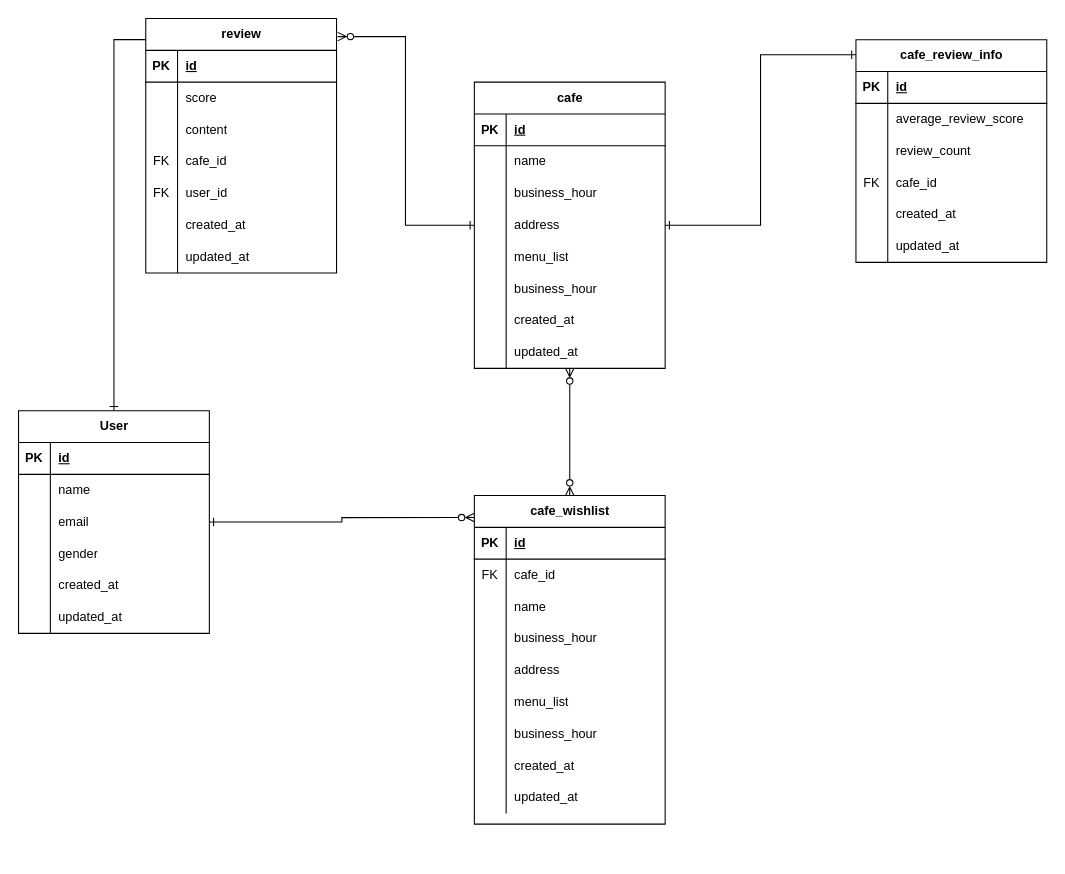
Before: Cafe.drawio in gyungyunni/DAP__, a draw.io diagram. Source tidied: cells renumbered, new cells numbered last; positions are measured from the earlier drawing's top-left corner, leaving out a move shared by most shapes. Both pictures are drawn from the tidied source at 106%, with x=0, y=0 at pixel (18, 18).
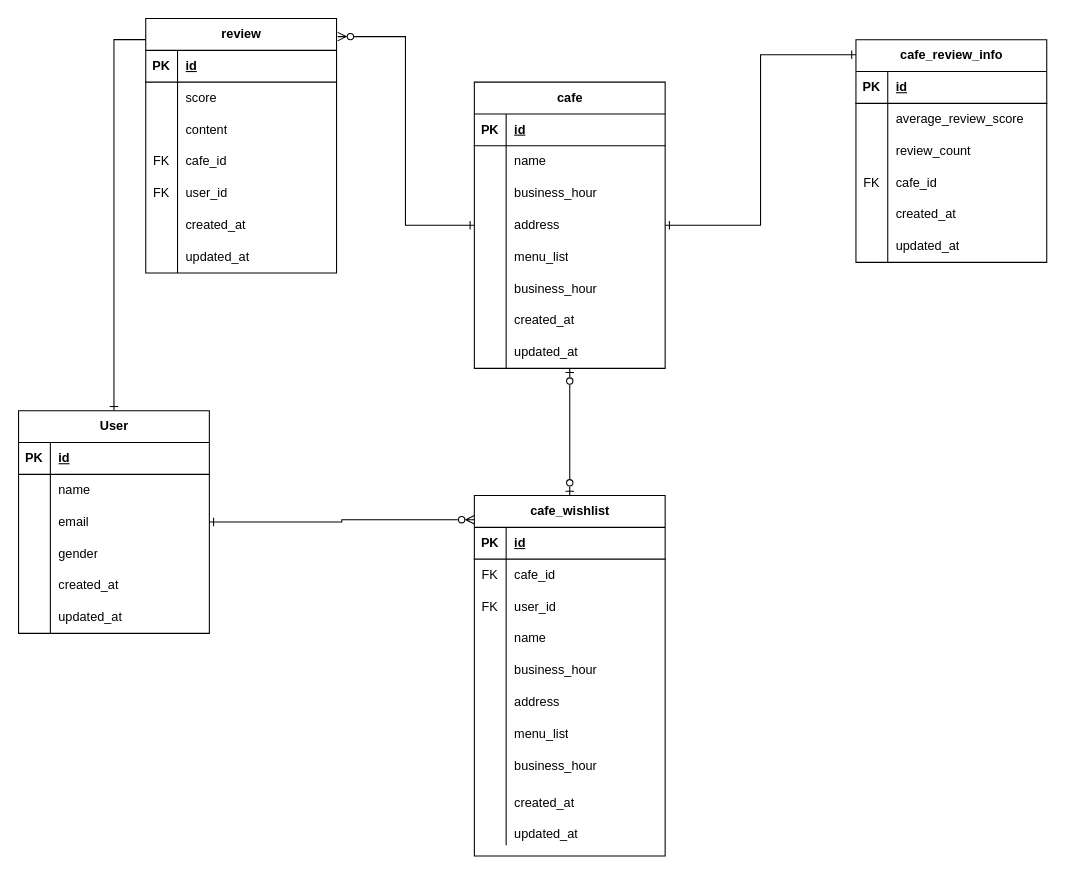
The same diagram, later.

The change refers to these unchanged cells:
```xml
<mxCell id="3" value="cafe" style="shape=table;startSize=30;childLayout=tableLayout;rowLines=0;fontStyle=1;align=center;html=1;" parent="1" vertex="1">
  <mxGeometry x="430" y="60" width="180" height="270" as="geometry" />
</mxCell>
<mxCell id="49" value="User" style="shape=table;startSize=30;childLayout=tableLayout;rowLines=0;fontStyle=1;align=center;html=1;" parent="1" vertex="1">
  <mxGeometry y="370" width="180" height="210" as="geometry" />
</mxCell>
<mxCell id="68" value="review" style="shape=table;startSize=30;childLayout=tableLayout;rowLines=0;fontStyle=1;align=center;html=1;" parent="1" vertex="1">
  <mxGeometry x="120" width="180" height="240" as="geometry" />
</mxCell>
```

Change to the diagram source:
```diff
@@
-    <mxCell id="47" style="edgeStyle=orthogonalEdgeStyle;rounded=0;jettySize=auto;html=1;entryX=0;entryY=0.083;entryDx=0;entryDy=0;entryPerimeter=0;startArrow=ERone;startFill=0;endArrow=ERoneToMany;endFill=0;" parent="1" edge="1" source="49" target="68">
+    <mxCell id="47" style="edgeStyle=orthogonalEdgeStyle;rounded=0;jettySize=auto;html=1;entryX=0;entryY=0.083;entryDx=0;entryDy=0;entryPerimeter=0;startArrow=ERone;startFill=0;endArrow=ERzeroToMany;endFill=0;" parent="1" edge="1" source="49" target="68">
       <mxGeometry relative="1" as="geometry" />
     </mxCell>
@@
-    <mxCell id="90" style="edgeStyle=orthogonalEdgeStyle;rounded=0;jettySize=auto;html=1;entryX=0.5;entryY=1;entryDx=0;entryDy=0;startArrow=ERzeroToMany;startFill=0;endArrow=ERzeroToMany;endFill=0;" parent="1" edge="1" source="91" target="3">
+    <mxCell id="90" style="edgeStyle=orthogonalEdgeStyle;rounded=0;jettySize=auto;html=1;entryX=0.5;entryY=1;entryDx=0;entryDy=0;startArrow=ERzeroToOne;startFill=0;endArrow=ERzeroToOne;endFill=0;" parent="1" edge="1" source="91" target="3">
       <mxGeometry relative="1" as="geometry" />
     </mxCell>
     <mxCell id="91" value="cafe_wishlist" style="shape=table;startSize=30;childLayout=tableLayout;rowLines=0;fontStyle=1;align=center;html=1;" parent="1" vertex="1">
-      <mxGeometry x="430" y="450" width="180" height="310" as="geometry" />
+      <mxGeometry x="430" y="450" width="180" height="340" as="geometry" />
     </mxCell>
@@
+    <mxCell id="120" style="shape=tableRow;horizontal=0;startSize=0;swimlaneHead=0;swimlaneBody=0;fillColor=none;top=0;left=0;right=0;bottom=0;" parent="91" vertex="1">
+      <mxGeometry y="90" width="180" height="30" as="geometry" />
+    </mxCell>
+    <mxCell id="121" value="FK" style="shape=partialRectangle;fillColor=none;top=0;left=0;bottom=0;right=0;overflow=hidden;whiteSpace=wrap;html=1;" parent="120" vertex="1">
+      <mxGeometry width="30" height="30" as="geometry" />
+    </mxCell>
+    <mxCell id="122" value="user_id" style="shape=partialRectangle;fillColor=none;top=0;left=0;bottom=0;right=0;align=left;spacingLeft=6;overflow=hidden;whiteSpace=wrap;html=1;" parent="120" vertex="1">
+      <mxGeometry x="30" width="150" height="30" as="geometry" />
+    </mxCell>
     <mxCell id="98" style="shape=tableRow;horizontal=0;startSize=0;swimlaneHead=0;swimlaneBody=0;fillColor=none;top=0;left=0;right=0;bottom=0;" parent="91" vertex="1">
-      <mxGeometry y="90" width="180" height="30" as="geometry" />
+      <mxGeometry y="120" width="180" height="30" as="geometry" />
     </mxCell>
@@
     <mxCell id="101" style="shape=tableRow;horizontal=0;startSize=0;swimlaneHead=0;swimlaneBody=0;fillColor=none;top=0;left=0;right=0;bottom=0;" parent="91" vertex="1">
-      <mxGeometry y="120" width="180" height="30" as="geometry" />
+      <mxGeometry y="150" width="180" height="30" as="geometry" />
     </mxCell>
@@
     <mxCell id="104" style="shape=tableRow;horizontal=0;startSize=0;swimlaneHead=0;swimlaneBody=0;fillColor=none;top=0;left=0;right=0;bottom=0;" parent="91" vertex="1">
-      <mxGeometry y="150" width="180" height="30" as="geometry" />
+      <mxGeometry y="180" width="180" height="30" as="geometry" />
     </mxCell>
@@
     <mxCell id="107" style="shape=tableRow;horizontal=0;startSize=0;swimlaneHead=0;swimlaneBody=0;fillColor=none;top=0;left=0;right=0;bottom=0;" parent="91" vertex="1">
-      <mxGeometry y="180" width="180" height="30" as="geometry" />
+      <mxGeometry y="210" width="180" height="30" as="geometry" />
     </mxCell>
@@
     <mxCell id="110" style="shape=tableRow;horizontal=0;startSize=0;swimlaneHead=0;swimlaneBody=0;fillColor=none;top=0;left=0;right=0;bottom=0;" parent="91" vertex="1">
-      <mxGeometry y="210" width="180" height="30" as="geometry" />
+      <mxGeometry y="240" width="180" height="30" as="geometry" />
     </mxCell>
@@
     <mxCell id="113" style="shape=tableRow;horizontal=0;startSize=0;swimlaneHead=0;swimlaneBody=0;fillColor=none;top=0;left=0;right=0;bottom=0;" parent="91" vertex="1">
-      <mxGeometry y="240" width="180" height="30" as="geometry" />
+      <mxGeometry y="270" width="180" height="40" as="geometry" />
     </mxCell>
     <mxCell id="114" style="shape=partialRectangle;fillColor=none;top=0;left=0;bottom=0;right=0;overflow=hidden;whiteSpace=wrap;html=1;" parent="113" vertex="1">
-      <mxGeometry width="30" height="30" as="geometry" />
+      <mxGeometry width="30" height="40" as="geometry" />
     </mxCell>
     <mxCell id="115" value="created_at" style="shape=partialRectangle;fillColor=none;top=0;left=0;bottom=0;right=0;align=left;spacingLeft=6;overflow=hidden;whiteSpace=wrap;html=1;" parent="113" vertex="1">
-      <mxGeometry x="30" width="150" height="30" as="geometry" />
+      <mxGeometry x="30" width="150" height="40" as="geometry" />
     </mxCell>
     <mxCell id="116" style="shape=tableRow;horizontal=0;startSize=0;swimlaneHead=0;swimlaneBody=0;fillColor=none;top=0;left=0;right=0;bottom=0;" parent="91" vertex="1">
-      <mxGeometry y="270" width="180" height="30" as="geometry" />
+      <mxGeometry y="310" width="180" height="20" as="geometry" />
     </mxCell>
     <mxCell id="117" style="shape=partialRectangle;fillColor=none;top=0;left=0;bottom=0;right=0;overflow=hidden;whiteSpace=wrap;html=1;" parent="116" vertex="1">
-      <mxGeometry width="30" height="30" as="geometry" />
+      <mxGeometry width="30" height="20" as="geometry" />
     </mxCell>
     <mxCell id="118" value="updated_at" style="shape=partialRectangle;fillColor=none;top=0;left=0;bottom=0;right=0;align=left;spacingLeft=6;overflow=hidden;whiteSpace=wrap;html=1;" parent="116" vertex="1">
-      <mxGeometry x="30" width="150" height="30" as="geometry" />
+      <mxGeometry x="30" width="150" height="20" as="geometry" />
     </mxCell>
```
